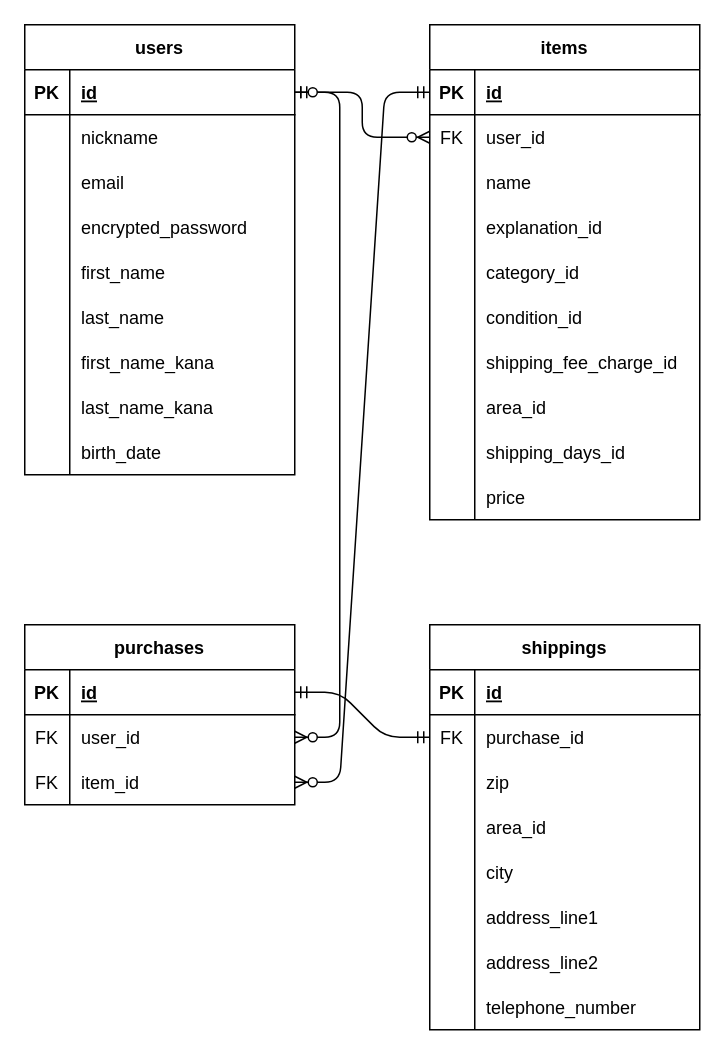
This is er.dio from keisuke10009/furima-41646, a draw.io file, before an edit. Source tidied: cells renumbered, new cells numbered last; positions are measured from the earlier drawing's top-left corner, leaving out a move shared by most shapes. Both pictures are drawn from the tidied source at 150%, with x=0, y=0 at pixel (24, 24).
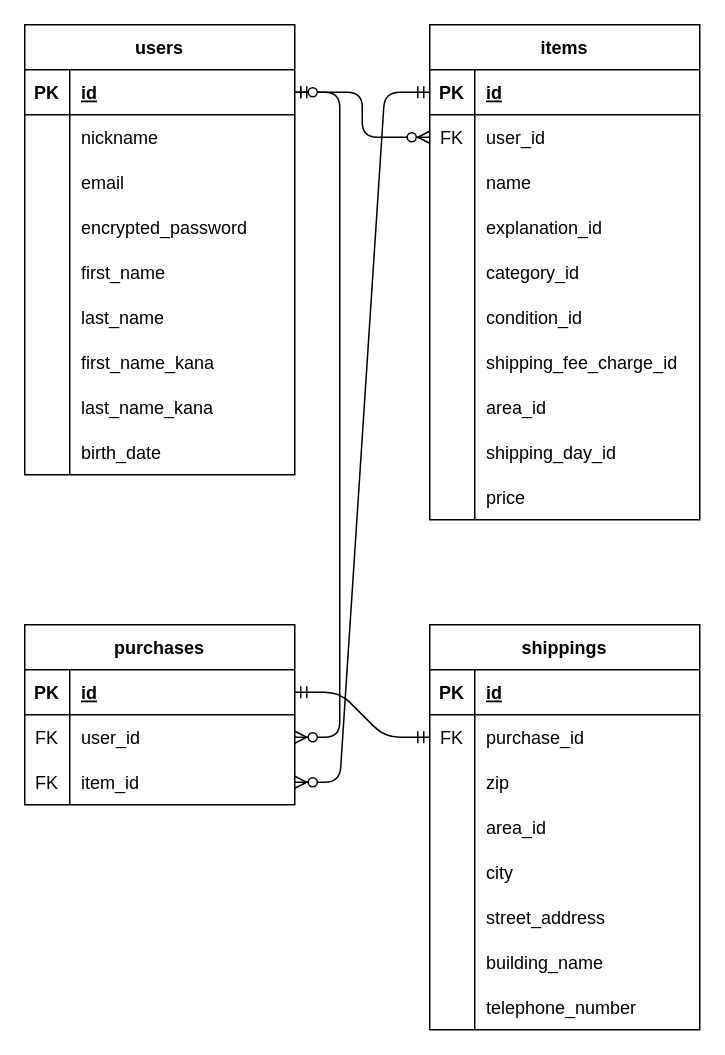
After the change.

Commit message (it also covers changes not shown here):
データベース設計修正②

Unchanged cells that the change refers to:
```xml
<mxCell id="65" style="shape=tableRow;horizontal=0;startSize=0;swimlaneHead=0;swimlaneBody=0;top=0;left=0;right=0;bottom=0;fillColor=none;strokeColor=#000000;fontColor=#000000;" parent="40" vertex="1">
  <mxGeometry y="270" width="180" height="30" as="geometry" />
</mxCell>
<mxCell id="87" style="shape=tableRow;horizontal=0;startSize=0;swimlaneHead=0;swimlaneBody=0;top=0;left=0;right=0;bottom=0;fillColor=none;strokeColor=#000000;fontColor=#000000;" parent="71" vertex="1">
  <mxGeometry y="180" width="180" height="30" as="geometry" />
</mxCell>
<mxCell id="90" style="shape=tableRow;horizontal=0;startSize=0;swimlaneHead=0;swimlaneBody=0;top=0;left=0;right=0;bottom=0;fillColor=none;strokeColor=#000000;fontColor=#000000;" parent="71" vertex="1">
  <mxGeometry y="210" width="180" height="30" as="geometry" />
</mxCell>
```

Diff of the diagram source:
```diff
@@
-    <mxCell id="67" value="shipping_days_id" style="shape=partialRectangle;top=0;left=0;bottom=0;right=0;align=left;spacingLeft=6;overflow=hidden;fillColor=none;strokeColor=#000000;fontColor=#000000;" parent="65" vertex="1">
+    <mxCell id="67" value="shipping_day_id" style="shape=partialRectangle;top=0;left=0;bottom=0;right=0;align=left;spacingLeft=6;overflow=hidden;fillColor=none;strokeColor=#000000;fontColor=#000000;" parent="65" vertex="1">
       <mxGeometry x="30" width="150" height="30" as="geometry" />
     </mxCell>
@@
-    <mxCell id="89" value="address_line1" style="shape=partialRectangle;top=0;left=0;bottom=0;right=0;align=left;spacingLeft=6;overflow=hidden;fillColor=none;strokeColor=#000000;fontColor=#000000;" parent="87" vertex="1">
+    <mxCell id="89" value="street_address" style="shape=partialRectangle;top=0;left=0;bottom=0;right=0;align=left;spacingLeft=6;overflow=hidden;fillColor=none;strokeColor=#000000;fontColor=#000000;" parent="87" vertex="1">
       <mxGeometry x="30" width="150" height="30" as="geometry" />
     </mxCell>
@@
-    <mxCell id="92" value="address_line2" style="shape=partialRectangle;top=0;left=0;bottom=0;right=0;align=left;spacingLeft=6;overflow=hidden;fillColor=none;strokeColor=#000000;fontColor=#000000;" parent="90" vertex="1">
+    <mxCell id="92" value="building_name" style="shape=partialRectangle;top=0;left=0;bottom=0;right=0;align=left;spacingLeft=6;overflow=hidden;fillColor=none;strokeColor=#000000;fontColor=#000000;" parent="90" vertex="1">
       <mxGeometry x="30" width="150" height="30" as="geometry" />
     </mxCell>
```
